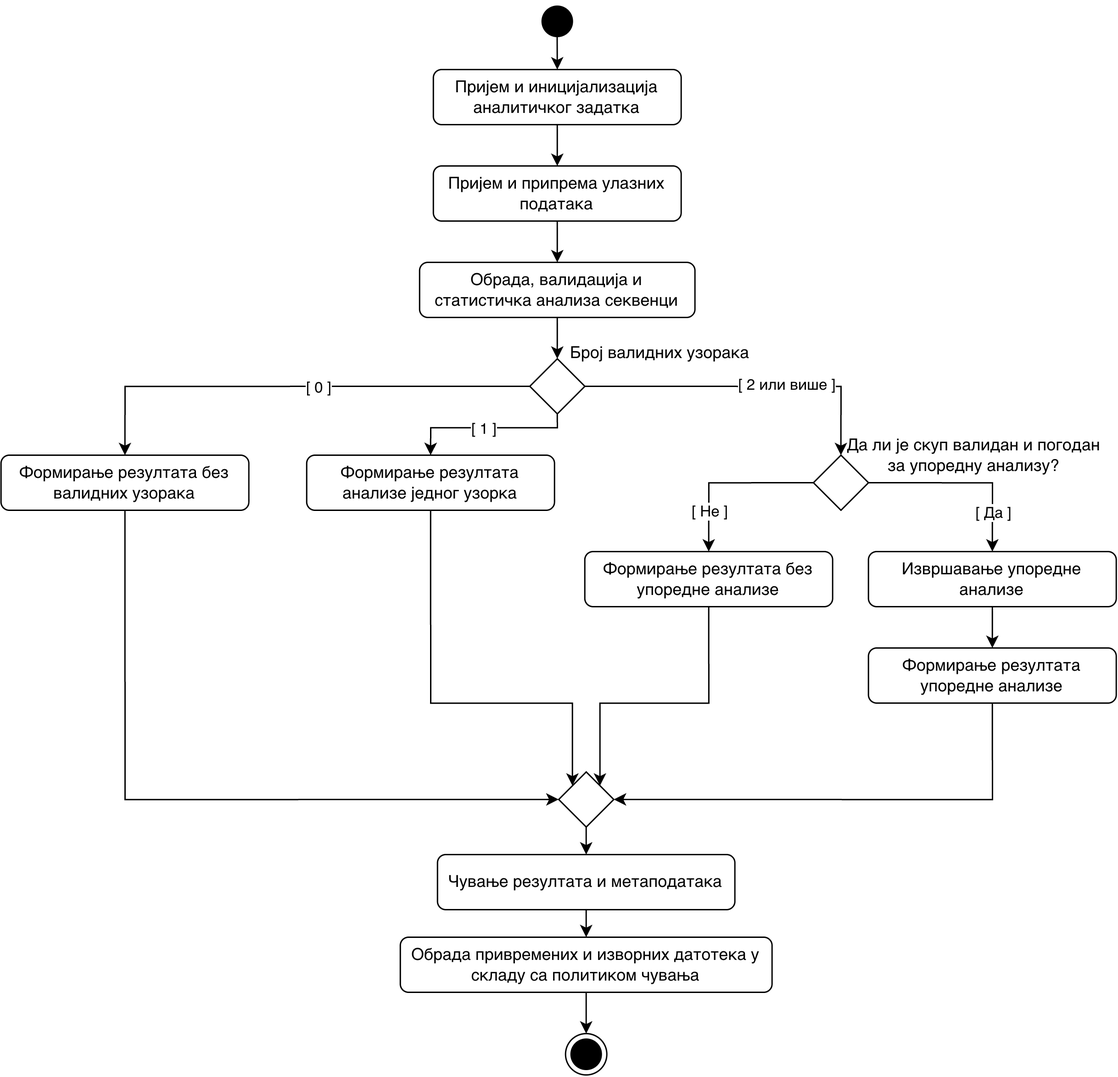
Above: figures/system-design-diagrams/export/activity-diagram.png in RogovGreg/master-thesis (draw.io), before the change. Source tidied: cells renumbered, new cells last; positions are measured from the earlier drawing's top-left corner, leaving out a move shared by most shapes.
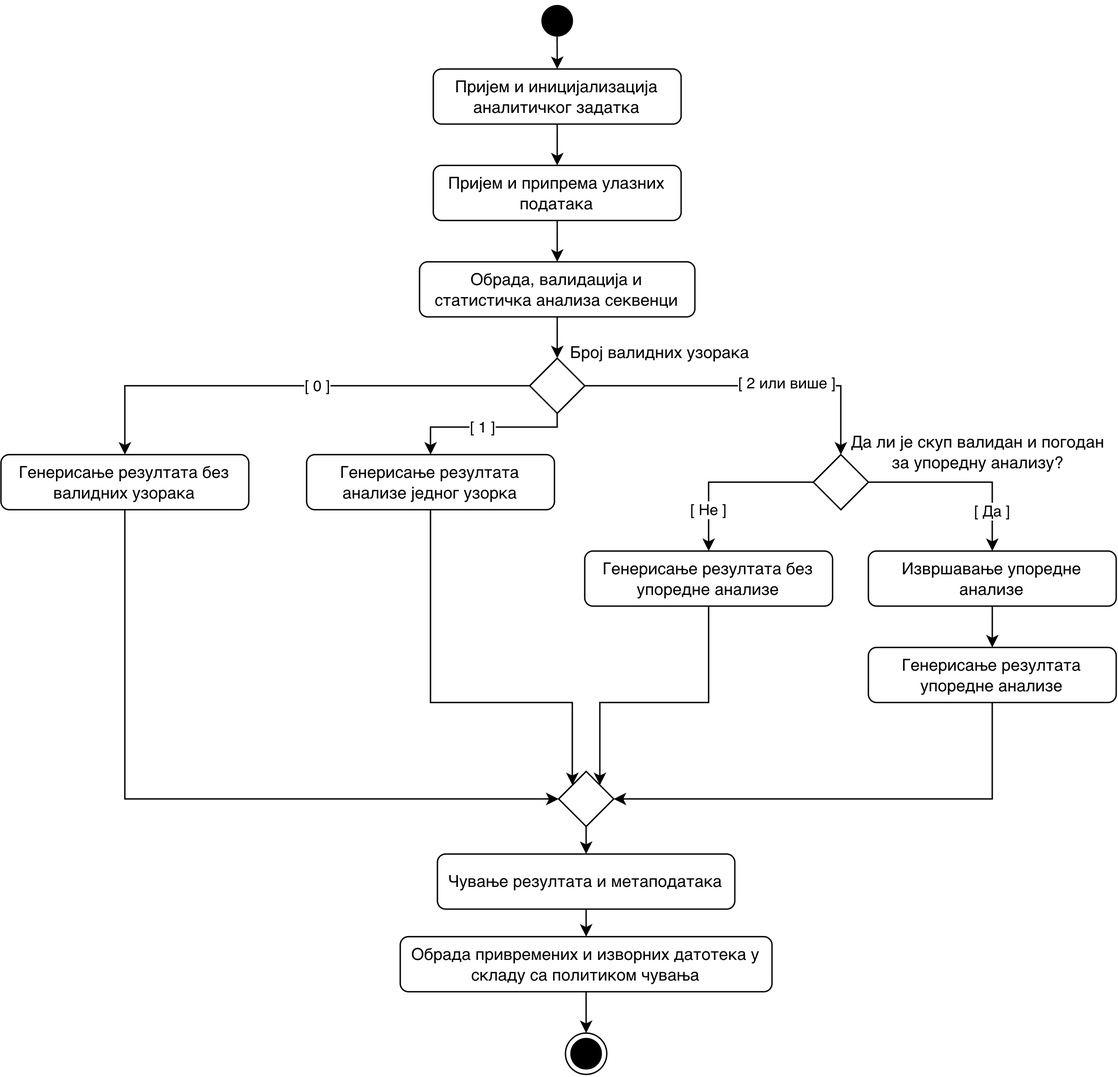
After the change.

What changed in the source:
```diff
@@ -63,10 +63,10 @@
     <mxCell id="17" style="rhombus;whiteSpace=wrap;html=1;" parent="1" vertex="1">
       <mxGeometry x="384" y="260" width="40" height="40" as="geometry" />
     </mxCell>
-    <mxCell id="18" value="Формирање резултата без валидних узорака" style="rounded=1;whiteSpace=wrap;html=1;" parent="1" vertex="1">
+    <mxCell id="18" value="Генерисање резултата без валидних узорака" style="rounded=1;whiteSpace=wrap;html=1;" parent="1" vertex="1">
       <mxGeometry y="330" width="180" height="40" as="geometry" />
     </mxCell>
-    <mxCell id="19" value="Формирање резултата анализе једног узорка" style="rounded=1;whiteSpace=wrap;html=1;" parent="1" vertex="1">
+    <mxCell id="19" value="Генерисање&amp;nbsp;резултата анализе једног узорка" style="rounded=1;whiteSpace=wrap;html=1;" parent="1" vertex="1">
       <mxGeometry x="222" y="330" width="180" height="40" as="geometry" />
     </mxCell>
     <mxCell id="20" style="edgeStyle=orthogonalEdgeStyle;rounded=0;jettySize=auto;html=1;exitX=0;exitY=0.5;exitDx=0;exitDy=0;entryX=0.5;entryY=0;entryDx=0;entryDy=0;" parent="1" edge="1" source="24" target="28">
@@ -88,7 +88,7 @@
     <mxCell id="24" style="rhombus;whiteSpace=wrap;html=1;" parent="1" vertex="1">
       <mxGeometry x="590" y="330" width="40" height="40" as="geometry" />
     </mxCell>
-    <mxCell id="25" value="&lt;p&gt;Формирање резултата упоредне анализе&lt;/p&gt;" style="rounded=1;whiteSpace=wrap;html=1;" parent="1" vertex="1">
+    <mxCell id="25" value="&lt;p&gt;&lt;span style=&quot;background-color: transparent; color: light-dark(rgb(0, 0, 0), rgb(255, 255, 255));&quot;&gt;Генерисање&lt;/span&gt;&amp;nbsp;резултата упоредне анализе&lt;/p&gt;" style="rounded=1;whiteSpace=wrap;html=1;" parent="1" vertex="1">
       <mxGeometry x="630" y="470" width="180" height="40" as="geometry" />
     </mxCell>
     <mxCell id="26" style="edgeStyle=orthogonalEdgeStyle;rounded=0;jettySize=auto;html=1;exitX=0.5;exitY=1;exitDx=0;exitDy=0;entryX=0.5;entryY=0;entryDx=0;entryDy=0;" parent="1" edge="1" source="27" target="25">
@@ -97,7 +97,7 @@
     <mxCell id="27" value="Извршавање упоредне анализе" style="rounded=1;whiteSpace=wrap;html=1;" parent="1" vertex="1">
       <mxGeometry x="630" y="400" width="180" height="40" as="geometry" />
     </mxCell>
-    <mxCell id="28" value="Формирање резултата без упоредне анализе" style="rounded=1;whiteSpace=wrap;html=1;" parent="1" vertex="1">
+    <mxCell id="28" value="Генерисање&amp;nbsp;резултата без упоредне анализе" style="rounded=1;whiteSpace=wrap;html=1;" parent="1" vertex="1">
       <mxGeometry x="424" y="400" width="180" height="40" as="geometry" />
     </mxCell>
     <mxCell id="29" style="edgeStyle=orthogonalEdgeStyle;rounded=0;jettySize=auto;html=1;exitX=0.5;exitY=1;exitDx=0;exitDy=0;entryX=0.5;entryY=0;entryDx=0;entryDy=0;" parent="1" edge="1" source="30" target="32">
@@ -119,7 +119,7 @@
       <mxGeometry x="410" y="750" width="30" height="30" as="geometry" />
     </mxCell>
     <mxCell id="35" value="Да ли је скуп валидан и погодан за упоредну анализу?" style="text;html=1;whiteSpace=wrap;strokeColor=none;fillColor=none;align=center;verticalAlign=middle;rounded=0;" parent="1" vertex="1">
-      <mxGeometry x="612" y="315" width="190" height="30" as="geometry" />
+      <mxGeometry x="615" y="313" width="190" height="30" as="geometry" />
     </mxCell>
     <mxCell id="36" style="edgeStyle=orthogonalEdgeStyle;rounded=0;jettySize=auto;html=1;exitX=0.5;exitY=1;exitDx=0;exitDy=0;entryX=0;entryY=0.5;entryDx=0;entryDy=0;" parent="1" edge="1" source="18" target="41">
       <mxGeometry relative="1" as="geometry">
```
